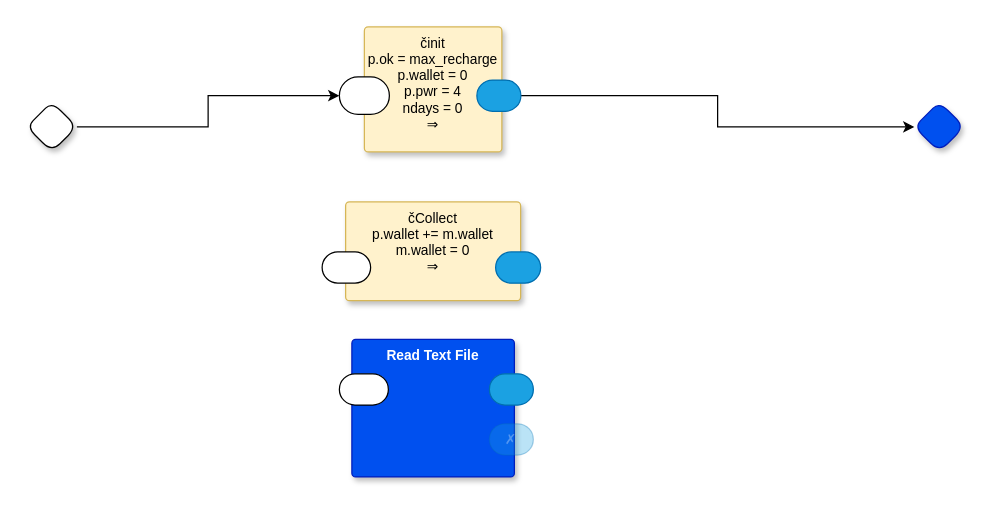
Before: small-test.drawio in guitarvydas/gen0d, a draw.io diagram. Source tidied: cells renumbered, new cells numbered last; positions are measured from the earlier drawing's top-left corner, leaving out a move shared by most shapes. Both pictures are drawn from the tidied source at 125%, with x=0, y=0 at pixel (26, 26).
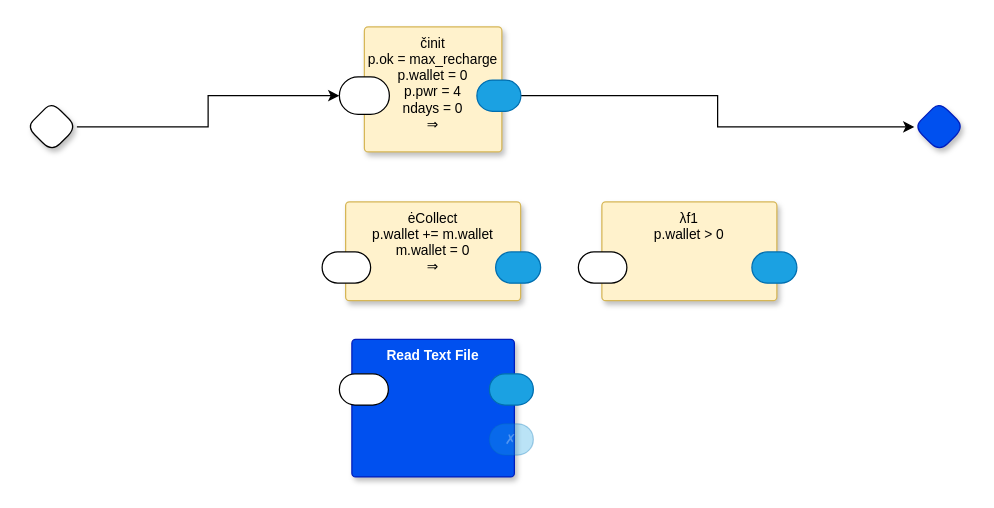
The same diagram, later.

Diff of the diagram source:
```diff
@@
 <mxGraphModel>
   <root>
     <mxCell id="0" />
     <mxCell id="1" parent="0" />
     <mxCell id="2" style="rhombus;whiteSpace=wrap;html=1;rounded=1;fontStyle=1;glass=0;sketch=0;fontSize=12;points=[[0,0.5,0,0,0],[0.5,0,0,0,0],[0.5,1,0,0,0],[1,0.5,0,0,0]];shadow=1;fontFamily=Helvetica;fontColor=default;" parent="1" vertex="1">
       <mxGeometry y="60" width="40" height="40" as="geometry" />
     </mxCell>
     <mxCell id="3" style="edgeStyle=orthogonalEdgeStyle;rounded=0;jettySize=auto;html=1;entryX=0;entryY=0.5;entryDx=0;entryDy=0;entryPerimeter=0;" parent="1" edge="1" source="2" target="7">
       <mxGeometry relative="1" as="geometry" />
     </mxCell>
     <mxCell id="4" style="rhombus;whiteSpace=wrap;html=1;rounded=1;fontStyle=1;glass=0;sketch=0;fontSize=12;points=[[0,0.5,0,0,0],[0.5,0,0,0,0],[0.5,1,0,0,0],[1,0.5,0,0,0]];shadow=1;fillColor=#0050ef;fontColor=#ffffff;strokeColor=#001DBC;fontFamily=Helvetica;" parent="1" vertex="1">
       <mxGeometry x="710" y="60" width="40" height="40" as="geometry" />
     </mxCell>
     <mxCell id="5" style="edgeStyle=orthogonalEdgeStyle;rounded=0;jettySize=auto;html=1;entryX=0;entryY=0.5;entryDx=0;entryDy=0;entryPerimeter=0;exitX=1;exitY=0.5;exitDx=0;exitDy=0;exitPerimeter=0;" parent="1" edge="1" source="8" target="4">
       <mxGeometry relative="1" as="geometry" />
     </mxCell>
     <mxCell id="6" value="činit&#10;p.ok = max_recharge&#10;p.wallet = 0&#10;p.pwr = 4&#10;ndays = 0&#10;⇒" style="rounded=1;sketch=0;verticalAlign=top;arcSize=6;fontStyle=0;absoluteArcSize=1;shadow=1;strokeColor=#d6b656;fillColor=#fff2cc;fontFamily=Helvetica;fontSize=11;" parent="1" vertex="1">
       <mxGeometry x="270" width="110" height="100" as="geometry" />
     </mxCell>
     <mxCell id="7" style="rounded=1;whiteSpace=wrap;html=1;sketch=0;points=[[0,0.5,0,0,0],[1,0.5,0,0,0]];arcSize=50;fontFamily=Helvetica;fontSize=11;fontColor=default;" parent="6" vertex="1">
       <mxGeometry x="-20" y="40" width="40" height="30" as="geometry" />
     </mxCell>
     <mxCell id="8" style="rounded=1;whiteSpace=wrap;html=1;sketch=0;points=[[0,0.5,0,0,0],[1,0.5,0,0,0]];fillColor=#1ba1e2;fontColor=#ffffff;strokeColor=#006EAF;arcSize=50;fontFamily=Helvetica;fontSize=11;" parent="6" vertex="1">
       <mxGeometry x="90" y="42.5" width="35.2" height="25" as="geometry" />
     </mxCell>
-    <mxCell id="9" value="čCollect&#10;p.wallet += m.wallet&#10;m.wallet = 0&#10;⇒" style="rounded=1;sketch=0;verticalAlign=top;arcSize=6;fontStyle=0;absoluteArcSize=1;shadow=1;strokeColor=#d6b656;fillColor=#fff2cc;fontFamily=Helvetica;fontSize=11;" parent="1" vertex="1">
+    <mxCell id="9" value="ėCollect&#10;p.wallet += m.wallet&#10;m.wallet = 0&#10;⇒" style="rounded=1;sketch=0;verticalAlign=top;arcSize=6;fontStyle=0;absoluteArcSize=1;shadow=1;strokeColor=#d6b656;fillColor=#fff2cc;fontFamily=Helvetica;fontSize=11;" parent="1" vertex="1">
       <mxGeometry x="255" y="140" width="140" height="79" as="geometry" />
     </mxCell>
     <mxCell id="10" style="rounded=1;whiteSpace=wrap;html=1;sketch=0;arcSize=50;fontFamily=Helvetica;fontSize=11;fontColor=default;" parent="9" vertex="1">
       <mxGeometry x="-18.8" y="40" width="38.8" height="25" as="geometry" />
     </mxCell>
     <mxCell id="11" style="rounded=1;whiteSpace=wrap;html=1;sketch=0;fillColor=#1ba1e2;fontColor=#ffffff;strokeColor=#006EAF;arcSize=50;fontFamily=Helvetica;fontSize=11;" parent="9" vertex="1">
       <mxGeometry x="120" y="40" width="36" height="25" as="geometry" />
     </mxCell>
     <mxCell id="12" value="Read Text File" style="rounded=1;whiteSpace=wrap;html=1;sketch=0;verticalAlign=top;arcSize=6;fontStyle=1;absoluteArcSize=1;shadow=1;strokeColor=#001DBC;fillColor=#0050ef;fontColor=#ffffff;fontFamily=Helvetica;fontSize=11;" parent="1" vertex="1">
       <mxGeometry x="260" y="250" width="130" height="110" as="geometry" />
     </mxCell>
     <mxCell id="13" style="rounded=1;whiteSpace=wrap;html=1;sketch=0;arcSize=50;fontFamily=Helvetica;fontSize=11;fontColor=default;" parent="12" vertex="1">
       <mxGeometry x="-10" y="27.5" width="39.2" height="25" as="geometry" />
     </mxCell>
     <mxCell id="14" style="rounded=1;whiteSpace=wrap;html=1;sketch=0;fillColor=#1ba1e2;fontColor=#ffffff;strokeColor=#006EAF;arcSize=50;fontFamily=Helvetica;fontSize=11;" parent="12" vertex="1">
       <mxGeometry x="110" y="27.5" width="35.2" height="25" as="geometry" />
     </mxCell>
     <mxCell id="15" value="✗" style="rounded=1;whiteSpace=wrap;html=1;sketch=0;fillColor=#1ba1e2;fontColor=#ffffff;strokeColor=#006EAF;arcSize=50;fontFamily=Helvetica;fontSize=11;textOpacity=30;opacity=30;" parent="12" vertex="1">
       <mxGeometry x="110" y="67.5" width="35.2" height="25" as="geometry" />
     </mxCell>
+    <mxCell id="16" value="λf1&#10;p.wallet &gt; 0&#10;" style="rounded=1;sketch=0;verticalAlign=top;arcSize=6;fontStyle=0;absoluteArcSize=1;shadow=1;strokeColor=#d6b656;fillColor=#fff2cc;fontFamily=Helvetica;fontSize=11;" parent="1" vertex="1">
+      <mxGeometry x="460" y="140" width="140" height="79" as="geometry" />
+    </mxCell>
+    <mxCell id="17" style="rounded=1;whiteSpace=wrap;html=1;sketch=0;arcSize=50;fontFamily=Helvetica;fontSize=11;fontColor=default;" parent="16" vertex="1">
+      <mxGeometry x="-18.8" y="40" width="38.8" height="25" as="geometry" />
+    </mxCell>
+    <mxCell id="18" style="rounded=1;whiteSpace=wrap;html=1;sketch=0;fillColor=#1ba1e2;fontColor=#ffffff;strokeColor=#006EAF;arcSize=50;fontFamily=Helvetica;fontSize=11;" parent="16" vertex="1">
+      <mxGeometry x="120" y="40" width="36" height="25" as="geometry" />
+    </mxCell>
   </root>
 </mxGraphModel>
```
